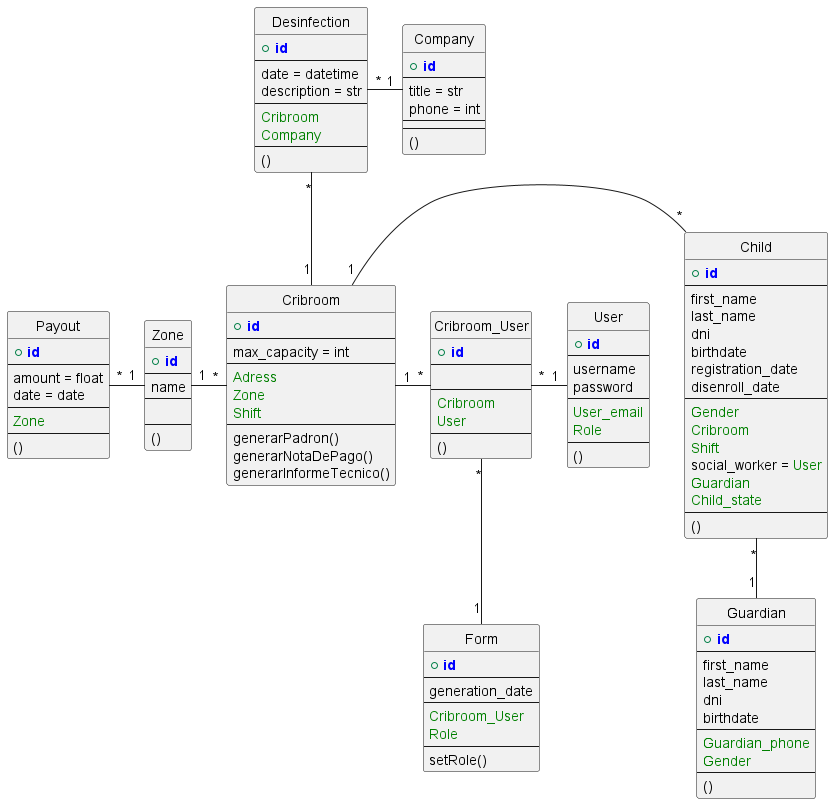
santiago6124/SalasCuna keeps this PlantUML diagram as Documentation/diagrams/diagramUpdated.png. Above is the earlier version.
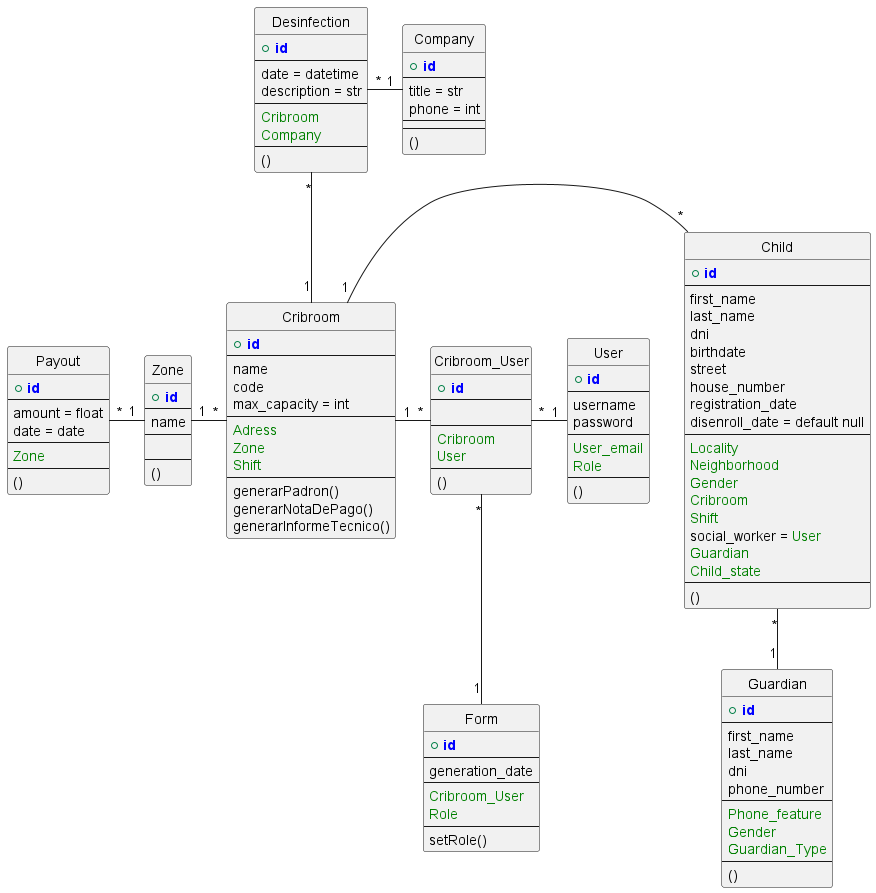
Above is the later version.

Commit message:
Changes in Cribroom, Child and Guardian

Change to the diagram source:
```diff
@@ -8,6 +8,8 @@
 entity Cribroom {
     + PRIMARY_KEY(id)
     --
+    name
+    code
     max_capacity = int
     --
     FOREIGN_KEY(Adress)
@@ -75,9 +77,13 @@
     last_name
     dni
     birthdate
+    street
+    house_number
     registration_date
-    disenroll_date
+    disenroll_date = default null
     --
+    FOREIGN_KEY(Locality)
+    FOREIGN_KEY(Neighborhood)
     FOREIGN_KEY(Gender)
     FOREIGN_KEY(Cribroom)
     FOREIGN_KEY(Shift)
@@ -123,10 +129,11 @@
     first_name
     last_name
     dni
-    birthdate
+    phone_number
     --
-    FOREIGN_KEY(Guardian_phone)
+    FOREIGN_KEY(Phone_feature)
     FOREIGN_KEY(Gender)
+    FOREIGN_KEY(Guardian_Type)
     --
     ()
 }
```
